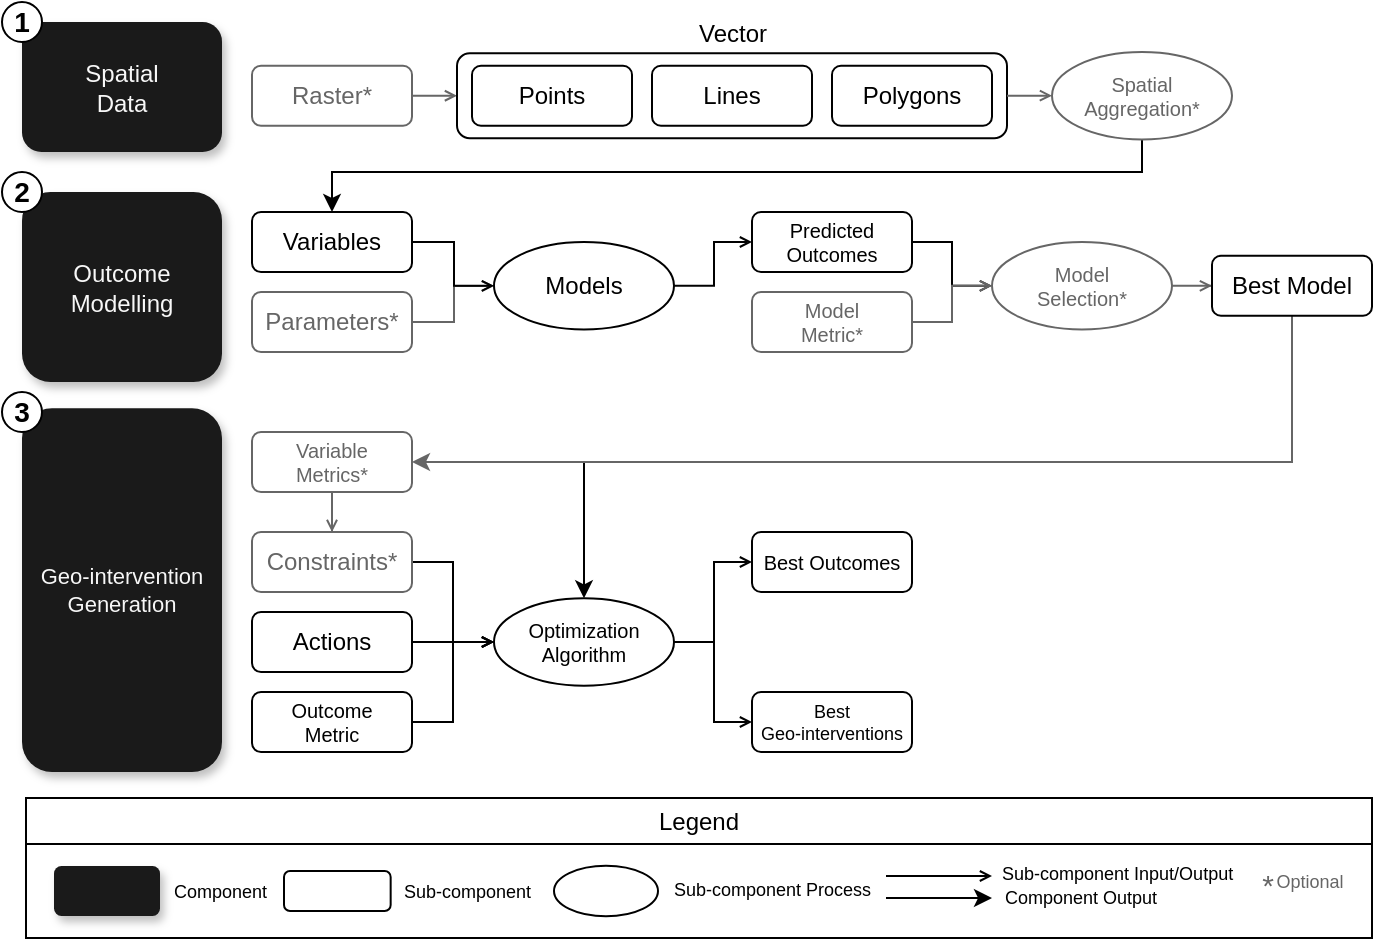
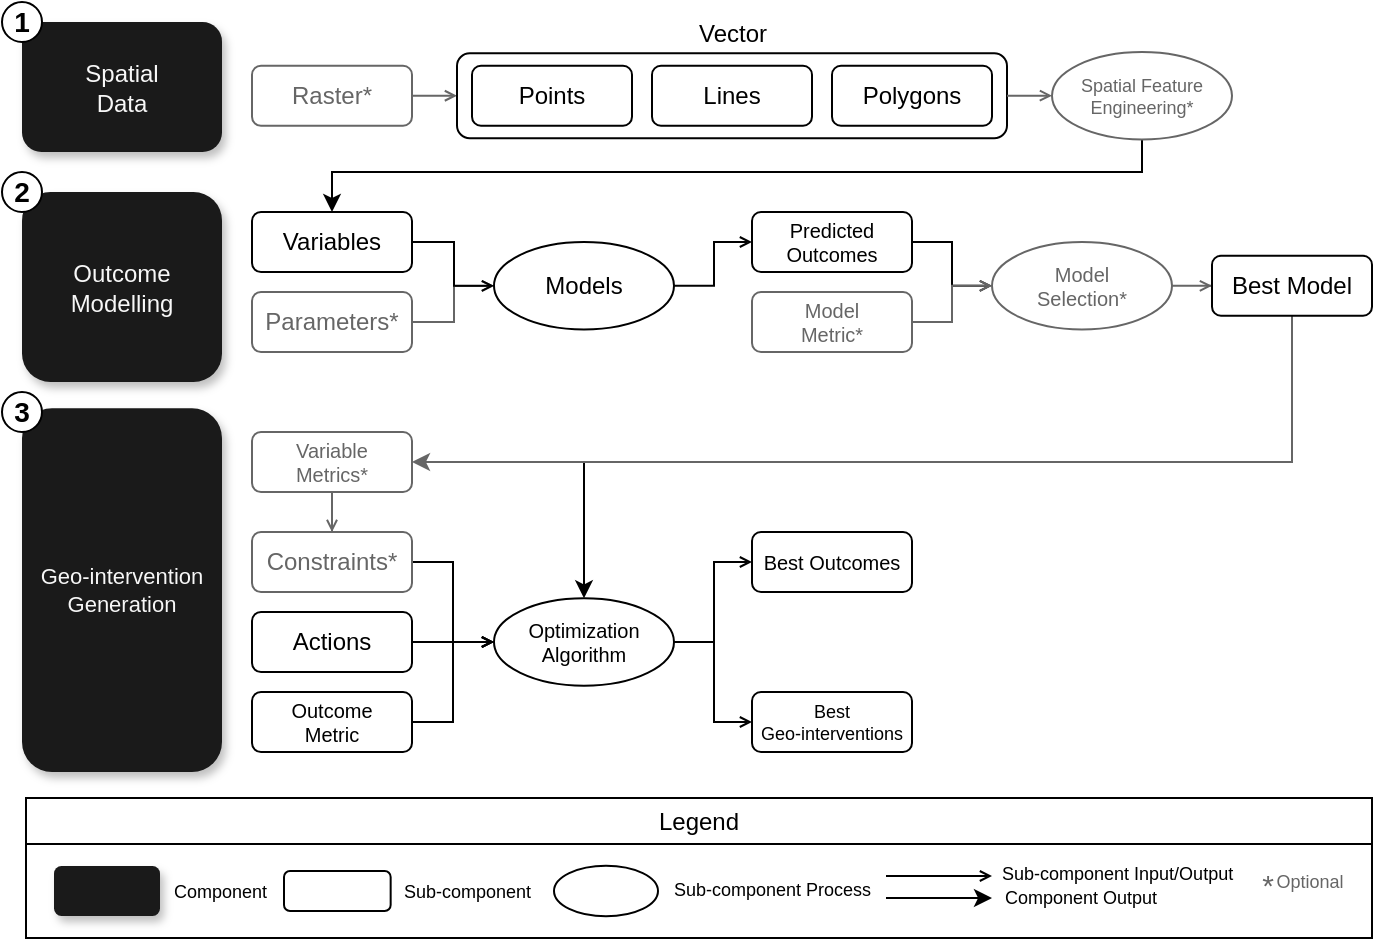
<mxfile host="Electron" agent="Mozilla/5.0 (Macintosh; Intel Mac OS X 10_15_7) AppleWebKit/537.36 (KHTML, like Gecko) draw.io/25.0.2 Chrome/128.0.6613.186 Electron/32.2.5 Safari/537.36" version="25.0.2">
  <diagram name="Page-1" id="8gdRkE0yfgIarTRspHVS">
    <mxGraphModel dx="984" dy="658" grid="1" gridSize="5" guides="1" tooltips="1" connect="1" arrows="1" fold="1" page="1" pageScale="1" pageWidth="700" pageHeight="485" math="0" shadow="0">
      <root>
        <mxCell id="0" />
        <mxCell id="1" parent="0" />
-         <mxCell id="zVcd5So7Ncbx6f7flit7-27" value="Variables" style="rounded=1;whiteSpace=wrap;html=1;" vertex="1" parent="1">
+         <mxCell id="zVcd5So7Ncbx6f7flit7-27" value="Variables" style="rounded=1;whiteSpace=wrap;html=1;" parent="1" vertex="1">
          <mxGeometry x="132" y="112" width="80" height="30" as="geometry" />
        </mxCell>
-         <mxCell id="zVcd5So7Ncbx6f7flit7-43" style="rounded=0;orthogonalLoop=1;jettySize=auto;html=1;exitX=1;exitY=0.5;exitDx=0;exitDy=0;entryX=0;entryY=0.5;entryDx=0;entryDy=0;edgeStyle=orthogonalEdgeStyle;strokeColor=#666666;endArrow=open;endFill=0;endSize=4;startSize=4;" edge="1" parent="1" source="zVcd5So7Ncbx6f7flit7-28" target="zVcd5So7Ncbx6f7flit7-30">
+         <mxCell id="zVcd5So7Ncbx6f7flit7-43" style="rounded=0;orthogonalLoop=1;jettySize=auto;html=1;exitX=1;exitY=0.5;exitDx=0;exitDy=0;entryX=0;entryY=0.5;entryDx=0;entryDy=0;edgeStyle=orthogonalEdgeStyle;strokeColor=#666666;endArrow=open;endFill=0;endSize=4;startSize=4;" parent="1" source="zVcd5So7Ncbx6f7flit7-28" target="zVcd5So7Ncbx6f7flit7-30" edge="1">
          <mxGeometry relative="1" as="geometry">
            <Array as="points">
              <mxPoint x="233" y="167" />
              <mxPoint x="233" y="149" />
              <mxPoint x="253" y="149" />
            </Array>
          </mxGeometry>
        </mxCell>
-         <mxCell id="zVcd5So7Ncbx6f7flit7-28" value="Parameters*" style="rounded=1;whiteSpace=wrap;html=1;strokeColor=#666666;fontColor=#666666;" vertex="1" parent="1">
+         <mxCell id="zVcd5So7Ncbx6f7flit7-28" value="Parameters*" style="rounded=1;whiteSpace=wrap;html=1;strokeColor=#666666;fontColor=#666666;" parent="1" vertex="1">
          <mxGeometry x="132" y="152" width="80" height="30" as="geometry" />
        </mxCell>
-         <mxCell id="zVcd5So7Ncbx6f7flit7-45" style="edgeStyle=orthogonalEdgeStyle;rounded=0;orthogonalLoop=1;jettySize=auto;html=1;entryX=0;entryY=0.5;entryDx=0;entryDy=0;endArrow=open;endFill=0;endSize=4;startSize=4;" edge="1" parent="1" source="zVcd5So7Ncbx6f7flit7-30" target="zVcd5So7Ncbx6f7flit7-31">
-           <mxGeometry relative="1" as="geometry" />
-         </mxCell>
-         <mxCell id="zVcd5So7Ncbx6f7flit7-30" value="Models" style="ellipse;whiteSpace=wrap;html=1;fontColor=#000000;strokeColor=#000000;fontSize=12;" vertex="1" parent="1">
+         <mxCell id="zVcd5So7Ncbx6f7flit7-45" style="edgeStyle=orthogonalEdgeStyle;rounded=0;orthogonalLoop=1;jettySize=auto;html=1;entryX=0;entryY=0.5;entryDx=0;entryDy=0;endArrow=open;endFill=0;endSize=4;startSize=4;" parent="1" source="zVcd5So7Ncbx6f7flit7-30" target="zVcd5So7Ncbx6f7flit7-31" edge="1">
+           <mxGeometry relative="1" as="geometry" />
+         </mxCell>
+         <mxCell id="zVcd5So7Ncbx6f7flit7-30" value="Models" style="ellipse;whiteSpace=wrap;html=1;fontColor=#000000;strokeColor=#000000;fontSize=12;" parent="1" vertex="1">
          <mxGeometry x="253" y="127.00999999999999" width="90" height="43.75" as="geometry" />
        </mxCell>
-         <mxCell id="zVcd5So7Ncbx6f7flit7-49" style="edgeStyle=orthogonalEdgeStyle;rounded=0;orthogonalLoop=1;jettySize=auto;html=1;entryX=0;entryY=0.5;entryDx=0;entryDy=0;endArrow=open;endFill=0;endSize=4;startSize=4;" edge="1" parent="1" source="zVcd5So7Ncbx6f7flit7-31" target="zVcd5So7Ncbx6f7flit7-33">
-           <mxGeometry relative="1" as="geometry" />
-         </mxCell>
-         <mxCell id="zVcd5So7Ncbx6f7flit7-31" value="Predicted Outcomes" style="rounded=1;whiteSpace=wrap;html=1;fontSize=10;" vertex="1" parent="1">
+         <mxCell id="zVcd5So7Ncbx6f7flit7-49" style="edgeStyle=orthogonalEdgeStyle;rounded=0;orthogonalLoop=1;jettySize=auto;html=1;entryX=0;entryY=0.5;entryDx=0;entryDy=0;endArrow=open;endFill=0;endSize=4;startSize=4;" parent="1" source="zVcd5So7Ncbx6f7flit7-31" target="zVcd5So7Ncbx6f7flit7-33" edge="1">
+           <mxGeometry relative="1" as="geometry" />
+         </mxCell>
+         <mxCell id="zVcd5So7Ncbx6f7flit7-31" value="Predicted Outcomes" style="rounded=1;whiteSpace=wrap;html=1;fontSize=10;" parent="1" vertex="1">
          <mxGeometry x="382" y="112" width="80" height="30" as="geometry" />
        </mxCell>
-         <mxCell id="zVcd5So7Ncbx6f7flit7-44" style="edgeStyle=orthogonalEdgeStyle;rounded=0;orthogonalLoop=1;jettySize=auto;html=1;entryX=0;entryY=0.5;entryDx=0;entryDy=0;endArrow=open;endFill=0;endSize=4;startSize=4;" edge="1" parent="1" source="zVcd5So7Ncbx6f7flit7-27" target="zVcd5So7Ncbx6f7flit7-30">
+         <mxCell id="zVcd5So7Ncbx6f7flit7-44" style="edgeStyle=orthogonalEdgeStyle;rounded=0;orthogonalLoop=1;jettySize=auto;html=1;entryX=0;entryY=0.5;entryDx=0;entryDy=0;endArrow=open;endFill=0;endSize=4;startSize=4;" parent="1" source="zVcd5So7Ncbx6f7flit7-27" target="zVcd5So7Ncbx6f7flit7-30" edge="1">
          <mxGeometry relative="1" as="geometry">
            <Array as="points">
              <mxPoint x="233" y="127" />
              <mxPoint x="233" y="149" />
            </Array>
          </mxGeometry>
        </mxCell>
-         <mxCell id="zVcd5So7Ncbx6f7flit7-51" style="edgeStyle=orthogonalEdgeStyle;rounded=0;orthogonalLoop=1;jettySize=auto;html=1;entryX=0;entryY=0.5;entryDx=0;entryDy=0;strokeColor=#666666;endArrow=open;endFill=0;endSize=4;startSize=4;" edge="1" parent="1" source="zVcd5So7Ncbx6f7flit7-33" target="zVcd5So7Ncbx6f7flit7-47">
-           <mxGeometry relative="1" as="geometry" />
-         </mxCell>
-         <mxCell id="zVcd5So7Ncbx6f7flit7-33" value="Model&lt;div&gt;Selection*&lt;/div&gt;" style="ellipse;whiteSpace=wrap;html=1;fontColor=#666666;strokeColor=#666666;fontSize=10;" vertex="1" parent="1">
+         <mxCell id="zVcd5So7Ncbx6f7flit7-51" style="edgeStyle=orthogonalEdgeStyle;rounded=0;orthogonalLoop=1;jettySize=auto;html=1;entryX=0;entryY=0.5;entryDx=0;entryDy=0;strokeColor=#666666;endArrow=open;endFill=0;endSize=4;startSize=4;" parent="1" source="zVcd5So7Ncbx6f7flit7-33" target="zVcd5So7Ncbx6f7flit7-47" edge="1">
+           <mxGeometry relative="1" as="geometry" />
+         </mxCell>
+         <mxCell id="zVcd5So7Ncbx6f7flit7-33" value="Model&lt;div&gt;Selection*&lt;/div&gt;" style="ellipse;whiteSpace=wrap;html=1;fontColor=#666666;strokeColor=#666666;fontSize=10;" parent="1" vertex="1">
          <mxGeometry x="502" y="127.00999999999999" width="90" height="43.75" as="geometry" />
        </mxCell>
-         <mxCell id="zVcd5So7Ncbx6f7flit7-18" style="edgeStyle=orthogonalEdgeStyle;rounded=0;orthogonalLoop=1;jettySize=auto;html=1;entryX=0;entryY=0.5;entryDx=0;entryDy=0;fontColor=#666666;strokeColor=#666666;endArrow=open;endFill=0;endSize=4;startSize=4;" edge="1" parent="1" source="zVcd5So7Ncbx6f7flit7-16" target="zVcd5So7Ncbx6f7flit7-8">
-           <mxGeometry relative="1" as="geometry" />
-         </mxCell>
-         <mxCell id="zVcd5So7Ncbx6f7flit7-16" value="Raster*" style="rounded=1;whiteSpace=wrap;html=1;strokeColor=#666666;fontColor=#666666;" vertex="1" parent="1">
+         <mxCell id="zVcd5So7Ncbx6f7flit7-18" style="edgeStyle=orthogonalEdgeStyle;rounded=0;orthogonalLoop=1;jettySize=auto;html=1;entryX=0;entryY=0.5;entryDx=0;entryDy=0;fontColor=#666666;strokeColor=#666666;endArrow=open;endFill=0;endSize=4;startSize=4;" parent="1" source="zVcd5So7Ncbx6f7flit7-16" target="zVcd5So7Ncbx6f7flit7-8" edge="1">
+           <mxGeometry relative="1" as="geometry" />
+         </mxCell>
+         <mxCell id="zVcd5So7Ncbx6f7flit7-16" value="Raster*" style="rounded=1;whiteSpace=wrap;html=1;strokeColor=#666666;fontColor=#666666;" parent="1" vertex="1">
          <mxGeometry x="132" y="38.870000000000005" width="80" height="30" as="geometry" />
        </mxCell>
-         <mxCell id="zVcd5So7Ncbx6f7flit7-8" value="Vector" style="rounded=1;whiteSpace=wrap;html=1;glass=0;fillColor=none;verticalAlign=top;spacing=0;spacingTop=-22;align=center;fontColor=#000000;strokeColor=#000000;spacingRight=0;spacingLeft=0;" vertex="1" parent="1">
+         <mxCell id="zVcd5So7Ncbx6f7flit7-8" value="Vector" style="rounded=1;whiteSpace=wrap;html=1;glass=0;fillColor=none;verticalAlign=top;spacing=0;spacingTop=-22;align=center;fontColor=#000000;strokeColor=#000000;spacingRight=0;spacingLeft=0;" parent="1" vertex="1">
          <mxGeometry x="234.5" y="32.620000000000005" width="275" height="42.5" as="geometry" />
        </mxCell>
-         <mxCell id="zVcd5So7Ncbx6f7flit7-1" value="Points" style="rounded=1;whiteSpace=wrap;html=1;" vertex="1" parent="1">
+         <mxCell id="zVcd5So7Ncbx6f7flit7-1" value="Points" style="rounded=1;whiteSpace=wrap;html=1;" parent="1" vertex="1">
          <mxGeometry x="242" y="38.870000000000005" width="80" height="30" as="geometry" />
        </mxCell>
-         <mxCell id="zVcd5So7Ncbx6f7flit7-5" value="Lines" style="rounded=1;whiteSpace=wrap;html=1;" vertex="1" parent="1">
+         <mxCell id="zVcd5So7Ncbx6f7flit7-5" value="Lines" style="rounded=1;whiteSpace=wrap;html=1;" parent="1" vertex="1">
          <mxGeometry x="332" y="38.870000000000005" width="80" height="30" as="geometry" />
        </mxCell>
-         <mxCell id="zVcd5So7Ncbx6f7flit7-6" value="Polygons" style="rounded=1;whiteSpace=wrap;html=1;" vertex="1" parent="1">
+         <mxCell id="zVcd5So7Ncbx6f7flit7-6" value="Polygons" style="rounded=1;whiteSpace=wrap;html=1;" parent="1" vertex="1">
          <mxGeometry x="422" y="38.870000000000005" width="80" height="30" as="geometry" />
        </mxCell>
-         <mxCell id="zVcd5So7Ncbx6f7flit7-48" style="edgeStyle=orthogonalEdgeStyle;rounded=0;orthogonalLoop=1;jettySize=auto;html=1;entryX=0.5;entryY=0;entryDx=0;entryDy=0;" edge="1" parent="1" source="zVcd5So7Ncbx6f7flit7-22" target="zVcd5So7Ncbx6f7flit7-27">
+         <mxCell id="zVcd5So7Ncbx6f7flit7-48" style="edgeStyle=orthogonalEdgeStyle;rounded=0;orthogonalLoop=1;jettySize=auto;html=1;entryX=0.5;entryY=0;entryDx=0;entryDy=0;" parent="1" source="zVcd5So7Ncbx6f7flit7-22" target="zVcd5So7Ncbx6f7flit7-27" edge="1">
          <mxGeometry relative="1" as="geometry">
            <Array as="points">
              <mxPoint x="577" y="92" />
              <mxPoint x="172" y="92" />
            </Array>
          </mxGeometry>
        </mxCell>
-         <mxCell id="zVcd5So7Ncbx6f7flit7-22" value="Spatial&lt;div&gt;Aggregation*&lt;/div&gt;" style="ellipse;whiteSpace=wrap;html=1;fontColor=#666666;strokeColor=#666666;fontSize=10;" vertex="1" parent="1">
+         <mxCell id="zVcd5So7Ncbx6f7flit7-22" value="Spatial&amp;nbsp;&lt;span style=&quot;background-color: initial;&quot;&gt;Feature&lt;/span&gt;&lt;div&gt;Engineering*&lt;/div&gt;" style="ellipse;whiteSpace=wrap;html=1;fontColor=#666666;strokeColor=#666666;fontSize=9;" parent="1" vertex="1">
          <mxGeometry x="532" y="32" width="90" height="43.75" as="geometry" />
        </mxCell>
-         <mxCell id="zVcd5So7Ncbx6f7flit7-25" style="edgeStyle=orthogonalEdgeStyle;rounded=0;orthogonalLoop=1;jettySize=auto;html=1;entryX=0;entryY=0.5;entryDx=0;entryDy=0;fontColor=#666666;strokeColor=#666666;endArrow=open;endFill=0;endSize=4;startSize=4;" edge="1" parent="1" source="zVcd5So7Ncbx6f7flit7-8" target="zVcd5So7Ncbx6f7flit7-22">
-           <mxGeometry relative="1" as="geometry" />
-         </mxCell>
-         <mxCell id="zVcd5So7Ncbx6f7flit7-46" value="Model&lt;div&gt;Metric*&lt;/div&gt;" style="rounded=1;whiteSpace=wrap;html=1;fontSize=10;fontColor=#666666;strokeColor=#666666;" vertex="1" parent="1">
+         <mxCell id="zVcd5So7Ncbx6f7flit7-25" style="edgeStyle=orthogonalEdgeStyle;rounded=0;orthogonalLoop=1;jettySize=auto;html=1;entryX=0;entryY=0.5;entryDx=0;entryDy=0;fontColor=#666666;strokeColor=#666666;endArrow=open;endFill=0;endSize=4;startSize=4;" parent="1" source="zVcd5So7Ncbx6f7flit7-8" target="zVcd5So7Ncbx6f7flit7-22" edge="1">
+           <mxGeometry relative="1" as="geometry" />
+         </mxCell>
+         <mxCell id="zVcd5So7Ncbx6f7flit7-46" value="Model&lt;div&gt;Metric*&lt;/div&gt;" style="rounded=1;whiteSpace=wrap;html=1;fontSize=10;fontColor=#666666;strokeColor=#666666;" parent="1" vertex="1">
          <mxGeometry x="382" y="152" width="80" height="30" as="geometry" />
        </mxCell>
-         <mxCell id="zVcd5So7Ncbx6f7flit7-59" style="edgeStyle=orthogonalEdgeStyle;rounded=0;orthogonalLoop=1;jettySize=auto;html=1;entryX=0.5;entryY=0;entryDx=0;entryDy=0;endArrow=classic;endFill=1;" edge="1" parent="1" source="zVcd5So7Ncbx6f7flit7-47" target="zVcd5So7Ncbx6f7flit7-55">
+         <mxCell id="zVcd5So7Ncbx6f7flit7-59" style="edgeStyle=orthogonalEdgeStyle;rounded=0;orthogonalLoop=1;jettySize=auto;html=1;entryX=0.5;entryY=0;entryDx=0;entryDy=0;endArrow=classic;endFill=1;" parent="1" source="zVcd5So7Ncbx6f7flit7-47" target="zVcd5So7Ncbx6f7flit7-55" edge="1">
          <mxGeometry relative="1" as="geometry">
            <Array as="points">
              <mxPoint x="652" y="237" />
              <mxPoint x="298" y="237" />
            </Array>
          </mxGeometry>
        </mxCell>
-         <mxCell id="zVcd5So7Ncbx6f7flit7-64" style="edgeStyle=orthogonalEdgeStyle;rounded=0;orthogonalLoop=1;jettySize=auto;html=1;entryX=1;entryY=0.5;entryDx=0;entryDy=0;strokeColor=#666666;endArrow=classic;endFill=1;" edge="1" parent="1" source="zVcd5So7Ncbx6f7flit7-47" target="zVcd5So7Ncbx6f7flit7-54">
+         <mxCell id="zVcd5So7Ncbx6f7flit7-64" style="edgeStyle=orthogonalEdgeStyle;rounded=0;orthogonalLoop=1;jettySize=auto;html=1;entryX=1;entryY=0.5;entryDx=0;entryDy=0;strokeColor=#666666;endArrow=classic;endFill=1;" parent="1" source="zVcd5So7Ncbx6f7flit7-47" target="zVcd5So7Ncbx6f7flit7-54" edge="1">
          <mxGeometry relative="1" as="geometry">
            <Array as="points">
              <mxPoint x="652" y="237" />
            </Array>
          </mxGeometry>
        </mxCell>
-         <mxCell id="zVcd5So7Ncbx6f7flit7-47" value="Best Model" style="rounded=1;whiteSpace=wrap;html=1;" vertex="1" parent="1">
+         <mxCell id="zVcd5So7Ncbx6f7flit7-47" value="Best Model" style="rounded=1;whiteSpace=wrap;html=1;" parent="1" vertex="1">
          <mxGeometry x="612" y="133.88" width="80" height="30" as="geometry" />
        </mxCell>
-         <mxCell id="zVcd5So7Ncbx6f7flit7-50" style="edgeStyle=orthogonalEdgeStyle;rounded=0;orthogonalLoop=1;jettySize=auto;html=1;entryX=0;entryY=0.5;entryDx=0;entryDy=0;strokeColor=#666666;endArrow=open;endFill=0;endSize=4;startSize=4;" edge="1" parent="1" source="zVcd5So7Ncbx6f7flit7-46" target="zVcd5So7Ncbx6f7flit7-33">
-           <mxGeometry relative="1" as="geometry" />
-         </mxCell>
-         <mxCell id="zVcd5So7Ncbx6f7flit7-60" style="edgeStyle=orthogonalEdgeStyle;rounded=0;orthogonalLoop=1;jettySize=auto;html=1;entryX=0;entryY=0.5;entryDx=0;entryDy=0;endArrow=open;endFill=0;endSize=4;startSize=4;" edge="1" parent="1" source="zVcd5So7Ncbx6f7flit7-52" target="zVcd5So7Ncbx6f7flit7-55">
-           <mxGeometry relative="1" as="geometry" />
-         </mxCell>
-         <mxCell id="zVcd5So7Ncbx6f7flit7-52" value="Actions" style="rounded=1;whiteSpace=wrap;html=1;" vertex="1" parent="1">
+         <mxCell id="zVcd5So7Ncbx6f7flit7-50" style="edgeStyle=orthogonalEdgeStyle;rounded=0;orthogonalLoop=1;jettySize=auto;html=1;entryX=0;entryY=0.5;entryDx=0;entryDy=0;strokeColor=#666666;endArrow=open;endFill=0;endSize=4;startSize=4;" parent="1" source="zVcd5So7Ncbx6f7flit7-46" target="zVcd5So7Ncbx6f7flit7-33" edge="1">
+           <mxGeometry relative="1" as="geometry" />
+         </mxCell>
+         <mxCell id="zVcd5So7Ncbx6f7flit7-60" style="edgeStyle=orthogonalEdgeStyle;rounded=0;orthogonalLoop=1;jettySize=auto;html=1;entryX=0;entryY=0.5;entryDx=0;entryDy=0;endArrow=open;endFill=0;endSize=4;startSize=4;" parent="1" source="zVcd5So7Ncbx6f7flit7-52" target="zVcd5So7Ncbx6f7flit7-55" edge="1">
+           <mxGeometry relative="1" as="geometry" />
+         </mxCell>
+         <mxCell id="zVcd5So7Ncbx6f7flit7-52" value="Actions" style="rounded=1;whiteSpace=wrap;html=1;" parent="1" vertex="1">
          <mxGeometry x="132" y="312" width="80" height="30" as="geometry" />
        </mxCell>
-         <mxCell id="zVcd5So7Ncbx6f7flit7-62" style="edgeStyle=orthogonalEdgeStyle;rounded=0;orthogonalLoop=1;jettySize=auto;html=1;entryX=0;entryY=0.5;entryDx=0;entryDy=0;endArrow=open;endFill=0;endSize=4;startSize=4;" edge="1" parent="1" source="zVcd5So7Ncbx6f7flit7-53" target="zVcd5So7Ncbx6f7flit7-55">
-           <mxGeometry relative="1" as="geometry" />
-         </mxCell>
-         <mxCell id="zVcd5So7Ncbx6f7flit7-53" value="Constraints*" style="rounded=1;whiteSpace=wrap;html=1;strokeColor=#666666;fontColor=#666666;" vertex="1" parent="1">
+         <mxCell id="zVcd5So7Ncbx6f7flit7-62" style="edgeStyle=orthogonalEdgeStyle;rounded=0;orthogonalLoop=1;jettySize=auto;html=1;entryX=0;entryY=0.5;entryDx=0;entryDy=0;endArrow=open;endFill=0;endSize=4;startSize=4;" parent="1" source="zVcd5So7Ncbx6f7flit7-53" target="zVcd5So7Ncbx6f7flit7-55" edge="1">
+           <mxGeometry relative="1" as="geometry" />
+         </mxCell>
+         <mxCell id="zVcd5So7Ncbx6f7flit7-53" value="Constraints*" style="rounded=1;whiteSpace=wrap;html=1;strokeColor=#666666;fontColor=#666666;" parent="1" vertex="1">
          <mxGeometry x="132" y="272" width="80" height="30" as="geometry" />
        </mxCell>
-         <mxCell id="zVcd5So7Ncbx6f7flit7-63" style="edgeStyle=orthogonalEdgeStyle;rounded=0;orthogonalLoop=1;jettySize=auto;html=1;entryX=0.5;entryY=0;entryDx=0;entryDy=0;fontColor=#666666;strokeColor=#666666;endArrow=open;endFill=0;endSize=4;startSize=4;" edge="1" parent="1" source="zVcd5So7Ncbx6f7flit7-54" target="zVcd5So7Ncbx6f7flit7-53">
-           <mxGeometry relative="1" as="geometry" />
-         </mxCell>
-         <mxCell id="zVcd5So7Ncbx6f7flit7-54" value="Variable&lt;div&gt;Metrics*&lt;/div&gt;" style="rounded=1;whiteSpace=wrap;html=1;strokeColor=#666666;fontColor=#666666;fontSize=10;" vertex="1" parent="1">
+         <mxCell id="zVcd5So7Ncbx6f7flit7-63" style="edgeStyle=orthogonalEdgeStyle;rounded=0;orthogonalLoop=1;jettySize=auto;html=1;entryX=0.5;entryY=0;entryDx=0;entryDy=0;fontColor=#666666;strokeColor=#666666;endArrow=open;endFill=0;endSize=4;startSize=4;" parent="1" source="zVcd5So7Ncbx6f7flit7-54" target="zVcd5So7Ncbx6f7flit7-53" edge="1">
+           <mxGeometry relative="1" as="geometry" />
+         </mxCell>
+         <mxCell id="zVcd5So7Ncbx6f7flit7-54" value="Variable&lt;div&gt;Metrics*&lt;/div&gt;" style="rounded=1;whiteSpace=wrap;html=1;strokeColor=#666666;fontColor=#666666;fontSize=10;" parent="1" vertex="1">
          <mxGeometry x="132" y="222" width="80" height="30" as="geometry" />
        </mxCell>
-         <mxCell id="zVcd5So7Ncbx6f7flit7-66" style="edgeStyle=orthogonalEdgeStyle;rounded=0;orthogonalLoop=1;jettySize=auto;html=1;entryX=0;entryY=0.5;entryDx=0;entryDy=0;endArrow=open;endFill=0;endSize=4;startSize=4;" edge="1" parent="1" source="zVcd5So7Ncbx6f7flit7-55" target="zVcd5So7Ncbx6f7flit7-57">
-           <mxGeometry relative="1" as="geometry" />
-         </mxCell>
-         <mxCell id="zVcd5So7Ncbx6f7flit7-67" style="edgeStyle=orthogonalEdgeStyle;rounded=0;orthogonalLoop=1;jettySize=auto;html=1;entryX=0;entryY=0.5;entryDx=0;entryDy=0;endArrow=open;endFill=0;endSize=4;startSize=4;" edge="1" parent="1" source="zVcd5So7Ncbx6f7flit7-55" target="zVcd5So7Ncbx6f7flit7-58">
-           <mxGeometry relative="1" as="geometry" />
-         </mxCell>
-         <mxCell id="zVcd5So7Ncbx6f7flit7-55" value="Optimization&lt;div&gt;Algorithm&lt;/div&gt;" style="ellipse;whiteSpace=wrap;html=1;fontColor=#000000;strokeColor=#000000;fontSize=10;" vertex="1" parent="1">
+         <mxCell id="zVcd5So7Ncbx6f7flit7-66" style="edgeStyle=orthogonalEdgeStyle;rounded=0;orthogonalLoop=1;jettySize=auto;html=1;entryX=0;entryY=0.5;entryDx=0;entryDy=0;endArrow=open;endFill=0;endSize=4;startSize=4;" parent="1" source="zVcd5So7Ncbx6f7flit7-55" target="zVcd5So7Ncbx6f7flit7-57" edge="1">
+           <mxGeometry relative="1" as="geometry" />
+         </mxCell>
+         <mxCell id="zVcd5So7Ncbx6f7flit7-67" style="edgeStyle=orthogonalEdgeStyle;rounded=0;orthogonalLoop=1;jettySize=auto;html=1;entryX=0;entryY=0.5;entryDx=0;entryDy=0;endArrow=open;endFill=0;endSize=4;startSize=4;" parent="1" source="zVcd5So7Ncbx6f7flit7-55" target="zVcd5So7Ncbx6f7flit7-58" edge="1">
+           <mxGeometry relative="1" as="geometry" />
+         </mxCell>
+         <mxCell id="zVcd5So7Ncbx6f7flit7-55" value="Optimization&lt;div&gt;Algorithm&lt;/div&gt;" style="ellipse;whiteSpace=wrap;html=1;fontColor=#000000;strokeColor=#000000;fontSize=10;" parent="1" vertex="1">
          <mxGeometry x="253" y="305.13" width="90" height="43.75" as="geometry" />
        </mxCell>
-         <mxCell id="zVcd5So7Ncbx6f7flit7-65" style="edgeStyle=orthogonalEdgeStyle;rounded=0;orthogonalLoop=1;jettySize=auto;html=1;entryX=0;entryY=0.5;entryDx=0;entryDy=0;endArrow=open;endFill=0;endSize=4;startSize=4;" edge="1" parent="1" source="zVcd5So7Ncbx6f7flit7-56" target="zVcd5So7Ncbx6f7flit7-55">
-           <mxGeometry relative="1" as="geometry" />
-         </mxCell>
-         <mxCell id="zVcd5So7Ncbx6f7flit7-56" value="Outcome&lt;div&gt;Metric&lt;/div&gt;" style="rounded=1;whiteSpace=wrap;html=1;fontSize=10;" vertex="1" parent="1">
+         <mxCell id="zVcd5So7Ncbx6f7flit7-65" style="edgeStyle=orthogonalEdgeStyle;rounded=0;orthogonalLoop=1;jettySize=auto;html=1;entryX=0;entryY=0.5;entryDx=0;entryDy=0;endArrow=open;endFill=0;endSize=4;startSize=4;" parent="1" source="zVcd5So7Ncbx6f7flit7-56" target="zVcd5So7Ncbx6f7flit7-55" edge="1">
+           <mxGeometry relative="1" as="geometry" />
+         </mxCell>
+         <mxCell id="zVcd5So7Ncbx6f7flit7-56" value="Outcome&lt;div&gt;Metric&lt;/div&gt;" style="rounded=1;whiteSpace=wrap;html=1;fontSize=10;" parent="1" vertex="1">
          <mxGeometry x="132" y="352" width="80" height="30" as="geometry" />
        </mxCell>
-         <mxCell id="zVcd5So7Ncbx6f7flit7-57" value="Best Outcomes" style="rounded=1;whiteSpace=wrap;html=1;fontSize=10;" vertex="1" parent="1">
+         <mxCell id="zVcd5So7Ncbx6f7flit7-57" value="Best Outcomes" style="rounded=1;whiteSpace=wrap;html=1;fontSize=10;" parent="1" vertex="1">
          <mxGeometry x="382" y="272" width="80" height="30" as="geometry" />
        </mxCell>
-         <mxCell id="zVcd5So7Ncbx6f7flit7-58" value="Best&lt;div&gt;Geo-interventions&lt;/div&gt;" style="rounded=1;whiteSpace=wrap;html=1;fontSize=9;" vertex="1" parent="1">
+         <mxCell id="zVcd5So7Ncbx6f7flit7-58" value="Best&lt;div&gt;Geo-interventions&lt;/div&gt;" style="rounded=1;whiteSpace=wrap;html=1;fontSize=9;" parent="1" vertex="1">
          <mxGeometry x="382" y="352" width="80" height="30" as="geometry" />
        </mxCell>
-         <mxCell id="zVcd5So7Ncbx6f7flit7-68" value="Spatial&lt;div&gt;Data&lt;/div&gt;" style="rounded=1;whiteSpace=wrap;html=1;fillColor=#1A1A1A;strokeColor=none;shadow=1;fontColor=#F7F7F7;" vertex="1" parent="1">
+         <mxCell id="zVcd5So7Ncbx6f7flit7-68" value="Spatial&lt;div&gt;Data&lt;/div&gt;" style="rounded=1;whiteSpace=wrap;html=1;fillColor=#1A1A1A;strokeColor=none;shadow=1;fontColor=#F7F7F7;" parent="1" vertex="1">
          <mxGeometry x="17" y="17" width="100" height="65" as="geometry" />
        </mxCell>
-         <mxCell id="zVcd5So7Ncbx6f7flit7-69" value="Outcome&lt;div&gt;Modelling&lt;/div&gt;" style="rounded=1;whiteSpace=wrap;html=1;fillColor=#1A1A1A;strokeColor=none;shadow=1;fontColor=#F7F7F7;" vertex="1" parent="1">
+         <mxCell id="zVcd5So7Ncbx6f7flit7-69" value="Outcome&lt;div&gt;Modelling&lt;/div&gt;" style="rounded=1;whiteSpace=wrap;html=1;fillColor=#1A1A1A;strokeColor=none;shadow=1;fontColor=#F7F7F7;" parent="1" vertex="1">
          <mxGeometry x="17" y="102" width="100" height="95" as="geometry" />
        </mxCell>
-         <mxCell id="zVcd5So7Ncbx6f7flit7-70" value="1" style="ellipse;whiteSpace=wrap;html=1;aspect=fixed;fontStyle=1;fontSize=14;strokeWidth=1;" vertex="1" parent="1">
+         <mxCell id="zVcd5So7Ncbx6f7flit7-70" value="1" style="ellipse;whiteSpace=wrap;html=1;aspect=fixed;fontStyle=1;fontSize=14;strokeWidth=1;" parent="1" vertex="1">
          <mxGeometry x="7" y="7" width="20" height="20" as="geometry" />
        </mxCell>
-         <mxCell id="zVcd5So7Ncbx6f7flit7-71" value="2" style="ellipse;whiteSpace=wrap;html=1;aspect=fixed;fontStyle=1;fontSize=14;strokeWidth=1;" vertex="1" parent="1">
+         <mxCell id="zVcd5So7Ncbx6f7flit7-71" value="2" style="ellipse;whiteSpace=wrap;html=1;aspect=fixed;fontStyle=1;fontSize=14;strokeWidth=1;" parent="1" vertex="1">
          <mxGeometry x="7" y="92" width="20" height="20" as="geometry" />
        </mxCell>
-         <mxCell id="zVcd5So7Ncbx6f7flit7-72" value="Geo-intervention&lt;div&gt;Generation&lt;/div&gt;" style="rounded=1;whiteSpace=wrap;html=1;fillColor=#1A1A1A;strokeColor=none;shadow=1;fontColor=#F7F7F7;rotation=0;fontSize=11;" vertex="1" parent="1">
+         <mxCell id="zVcd5So7Ncbx6f7flit7-72" value="Geo-intervention&lt;div&gt;Generation&lt;/div&gt;" style="rounded=1;whiteSpace=wrap;html=1;fillColor=#1A1A1A;strokeColor=none;shadow=1;fontColor=#F7F7F7;rotation=0;fontSize=11;" parent="1" vertex="1">
          <mxGeometry x="17" y="210.13" width="100" height="181.87" as="geometry" />
        </mxCell>
-         <mxCell id="zVcd5So7Ncbx6f7flit7-73" value="3" style="ellipse;whiteSpace=wrap;html=1;aspect=fixed;fontStyle=1;fontSize=14;strokeWidth=1;" vertex="1" parent="1">
+         <mxCell id="zVcd5So7Ncbx6f7flit7-73" value="3" style="ellipse;whiteSpace=wrap;html=1;aspect=fixed;fontStyle=1;fontSize=14;strokeWidth=1;" parent="1" vertex="1">
          <mxGeometry x="7" y="202" width="20" height="20" as="geometry" />
        </mxCell>
-         <mxCell id="zVcd5So7Ncbx6f7flit7-83" value="" style="rounded=0;whiteSpace=wrap;html=1;" vertex="1" parent="1">
+         <mxCell id="zVcd5So7Ncbx6f7flit7-83" value="" style="rounded=0;whiteSpace=wrap;html=1;" parent="1" vertex="1">
          <mxGeometry x="19" y="425" width="673" height="50" as="geometry" />
        </mxCell>
-         <mxCell id="zVcd5So7Ncbx6f7flit7-89" style="edgeStyle=orthogonalEdgeStyle;rounded=0;orthogonalLoop=1;jettySize=auto;html=1;endArrow=open;endFill=0;endSize=4;startSize=4;" edge="1" parent="1">
+         <mxCell id="zVcd5So7Ncbx6f7flit7-89" style="edgeStyle=orthogonalEdgeStyle;rounded=0;orthogonalLoop=1;jettySize=auto;html=1;endArrow=open;endFill=0;endSize=4;startSize=4;" parent="1" edge="1">
          <mxGeometry relative="1" as="geometry">
            <mxPoint x="449" y="444" as="sourcePoint" />
            <mxPoint x="502" y="444" as="targetPoint" />
          </mxGeometry>
        </mxCell>
-         <mxCell id="zVcd5So7Ncbx6f7flit7-90" value="Sub-component Input/Output" style="edgeLabel;html=1;align=left;verticalAlign=middle;resizable=0;points=[];fontSize=9;" vertex="1" connectable="0" parent="zVcd5So7Ncbx6f7flit7-89">
+         <mxCell id="zVcd5So7Ncbx6f7flit7-90" value="Sub-component Input/Output" style="edgeLabel;html=1;align=left;verticalAlign=middle;resizable=0;points=[];fontSize=9;" parent="zVcd5So7Ncbx6f7flit7-89" vertex="1" connectable="0">
          <mxGeometry x="0.24" y="-3" relative="1" as="geometry">
            <mxPoint x="23" y="-4" as="offset" />
          </mxGeometry>
        </mxCell>
-         <mxCell id="zVcd5So7Ncbx6f7flit7-95" value="" style="group" vertex="1" connectable="0" parent="1">
+         <mxCell id="zVcd5So7Ncbx6f7flit7-95" value="" style="group" parent="1" vertex="1" connectable="0">
          <mxGeometry x="33" y="439" width="423" height="25.140000000000043" as="geometry" />
        </mxCell>
-         <mxCell id="zVcd5So7Ncbx6f7flit7-93" value="" style="rounded=1;whiteSpace=wrap;html=1;fillColor=#1A1A1A;strokeColor=none;shadow=1;fontColor=#F7F7F7;rotation=0;fontSize=11;" vertex="1" parent="zVcd5So7Ncbx6f7flit7-95">
+         <mxCell id="zVcd5So7Ncbx6f7flit7-93" value="" style="rounded=1;whiteSpace=wrap;html=1;fillColor=#1A1A1A;strokeColor=none;shadow=1;fontColor=#F7F7F7;rotation=0;fontSize=11;" parent="zVcd5So7Ncbx6f7flit7-95" vertex="1">
          <mxGeometry width="53" height="25" as="geometry" />
        </mxCell>
-         <mxCell id="zVcd5So7Ncbx6f7flit7-94" value="Component" style="text;html=1;align=left;verticalAlign=middle;whiteSpace=wrap;rounded=0;fontSize=9;" vertex="1" parent="zVcd5So7Ncbx6f7flit7-95">
+         <mxCell id="zVcd5So7Ncbx6f7flit7-94" value="Component" style="text;html=1;align=left;verticalAlign=middle;whiteSpace=wrap;rounded=0;fontSize=9;" parent="zVcd5So7Ncbx6f7flit7-95" vertex="1">
          <mxGeometry x="58" y="7.5" width="115" height="10" as="geometry" />
        </mxCell>
-         <mxCell id="zVcd5So7Ncbx6f7flit7-92" value="" style="group" vertex="1" connectable="0" parent="zVcd5So7Ncbx6f7flit7-95">
+         <mxCell id="zVcd5So7Ncbx6f7flit7-92" value="" style="group" parent="zVcd5So7Ncbx6f7flit7-95" vertex="1" connectable="0">
          <mxGeometry x="115" y="2.5" width="308" height="22.640000000000043" as="geometry" />
        </mxCell>
-         <mxCell id="zVcd5So7Ncbx6f7flit7-84" value="" style="rounded=1;whiteSpace=wrap;html=1;fontSize=9;align=left;spacing=0;spacingLeft=60;aspect=fixed;" vertex="1" parent="zVcd5So7Ncbx6f7flit7-92">
+         <mxCell id="zVcd5So7Ncbx6f7flit7-84" value="" style="rounded=1;whiteSpace=wrap;html=1;fontSize=9;align=left;spacing=0;spacingLeft=60;aspect=fixed;" parent="zVcd5So7Ncbx6f7flit7-92" vertex="1">
          <mxGeometry width="53.33" height="20" as="geometry" />
        </mxCell>
-         <mxCell id="zVcd5So7Ncbx6f7flit7-91" value="Sub-component" style="text;html=1;align=left;verticalAlign=middle;whiteSpace=wrap;rounded=0;fontSize=9;" vertex="1" parent="zVcd5So7Ncbx6f7flit7-92">
+         <mxCell id="zVcd5So7Ncbx6f7flit7-91" value="Sub-component" style="text;html=1;align=left;verticalAlign=middle;whiteSpace=wrap;rounded=0;fontSize=9;" parent="zVcd5So7Ncbx6f7flit7-92" vertex="1">
          <mxGeometry x="58" y="5" width="115" height="10" as="geometry" />
        </mxCell>
-         <mxCell id="zVcd5So7Ncbx6f7flit7-105" value="" style="group" vertex="1" connectable="0" parent="zVcd5So7Ncbx6f7flit7-92">
+         <mxCell id="zVcd5So7Ncbx6f7flit7-105" value="" style="group" parent="zVcd5So7Ncbx6f7flit7-92" vertex="1" connectable="0">
          <mxGeometry x="135" y="-2.6499999999999773" width="173" height="25.29000000000002" as="geometry" />
        </mxCell>
-         <mxCell id="zVcd5So7Ncbx6f7flit7-103" value="" style="ellipse;whiteSpace=wrap;html=1;fontColor=#000000;strokeColor=#000000;fontSize=12;aspect=fixed;" vertex="1" parent="zVcd5So7Ncbx6f7flit7-105">
+         <mxCell id="zVcd5So7Ncbx6f7flit7-103" value="" style="ellipse;whiteSpace=wrap;html=1;fontColor=#000000;strokeColor=#000000;fontSize=12;aspect=fixed;" parent="zVcd5So7Ncbx6f7flit7-105" vertex="1">
          <mxGeometry width="52" height="25.29" as="geometry" />
        </mxCell>
-         <mxCell id="zVcd5So7Ncbx6f7flit7-104" value="Sub-component Process" style="text;html=1;align=left;verticalAlign=middle;whiteSpace=wrap;rounded=0;fontSize=9;" vertex="1" parent="zVcd5So7Ncbx6f7flit7-105">
+         <mxCell id="zVcd5So7Ncbx6f7flit7-104" value="Sub-component Process" style="text;html=1;align=left;verticalAlign=middle;whiteSpace=wrap;rounded=0;fontSize=9;" parent="zVcd5So7Ncbx6f7flit7-105" vertex="1">
          <mxGeometry x="58" y="7.639999999999986" width="115" height="10" as="geometry" />
        </mxCell>
-         <mxCell id="zVcd5So7Ncbx6f7flit7-97" style="rounded=0;orthogonalLoop=1;jettySize=auto;html=1;" edge="1" parent="1">
+         <mxCell id="zVcd5So7Ncbx6f7flit7-97" style="rounded=0;orthogonalLoop=1;jettySize=auto;html=1;" parent="1" edge="1">
          <mxGeometry relative="1" as="geometry">
            <mxPoint x="449" y="454.99999999999994" as="sourcePoint" />
            <mxPoint x="502" y="454.99999999999994" as="targetPoint" />
          </mxGeometry>
        </mxCell>
-         <mxCell id="zVcd5So7Ncbx6f7flit7-98" value="Component Output" style="edgeLabel;html=1;align=center;verticalAlign=middle;resizable=0;points=[];fontSize=9;" vertex="1" connectable="0" parent="zVcd5So7Ncbx6f7flit7-97">
+         <mxCell id="zVcd5So7Ncbx6f7flit7-98" value="Component Output" style="edgeLabel;html=1;align=center;verticalAlign=middle;resizable=0;points=[];fontSize=9;" parent="zVcd5So7Ncbx6f7flit7-97" vertex="1" connectable="0">
          <mxGeometry x="0.1282" y="-2" relative="1" as="geometry">
            <mxPoint x="67" y="-2" as="offset" />
          </mxGeometry>
        </mxCell>
-         <mxCell id="zVcd5So7Ncbx6f7flit7-100" value="&lt;font&gt;Optional&lt;/font&gt;" style="text;html=1;align=center;verticalAlign=middle;whiteSpace=wrap;rounded=0;fontSize=9;fontColor=#666666;" vertex="1" parent="1">
+         <mxCell id="zVcd5So7Ncbx6f7flit7-100" value="&lt;font&gt;Optional&lt;/font&gt;" style="text;html=1;align=center;verticalAlign=middle;whiteSpace=wrap;rounded=0;fontSize=9;fontColor=#666666;" parent="1" vertex="1">
          <mxGeometry x="640" y="439" width="42" height="15" as="geometry" />
        </mxCell>
-         <mxCell id="zVcd5So7Ncbx6f7flit7-101" value="&lt;span&gt;*&lt;/span&gt;" style="text;html=1;align=center;verticalAlign=middle;whiteSpace=wrap;rounded=0;fontSize=15;fontColor=#666666;" vertex="1" parent="1">
+         <mxCell id="zVcd5So7Ncbx6f7flit7-101" value="&lt;span&gt;*&lt;/span&gt;" style="text;html=1;align=center;verticalAlign=middle;whiteSpace=wrap;rounded=0;fontSize=15;fontColor=#666666;" parent="1" vertex="1">
          <mxGeometry x="635" y="440" width="10" height="15" as="geometry" />
        </mxCell>
-         <mxCell id="zVcd5So7Ncbx6f7flit7-108" value="Legend" style="rounded=0;whiteSpace=wrap;html=1;" vertex="1" parent="1">
+         <mxCell id="zVcd5So7Ncbx6f7flit7-108" value="Legend" style="rounded=0;whiteSpace=wrap;html=1;" parent="1" vertex="1">
          <mxGeometry x="19" y="405" width="673" height="23" as="geometry" />
        </mxCell>
      </root>
    </mxGraphModel>
  </diagram>
</mxfile>
